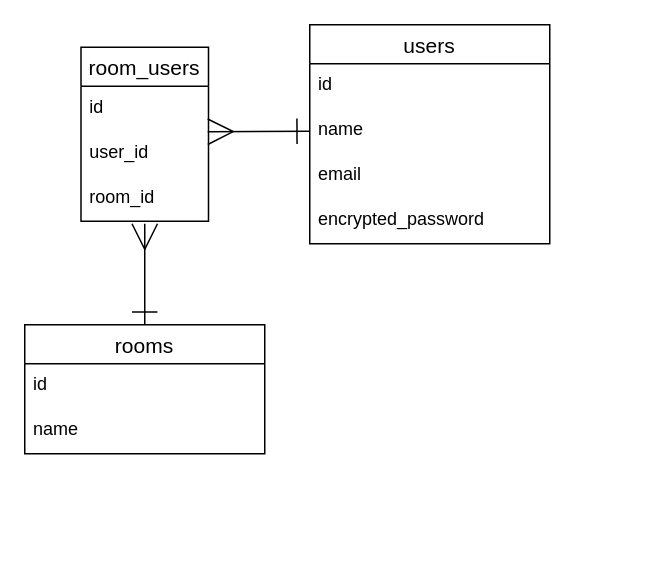
Before: datebase.dio in packerman1212/chat-app, a draw.io diagram. Source tidied: cells renumbered, new cells numbered last; positions are measured from the earlier drawing's top-left corner, leaving out a move shared by most shapes. Both pictures are drawn from the tidied source at 150%, with x=0, y=0 at pixel (24, 24).
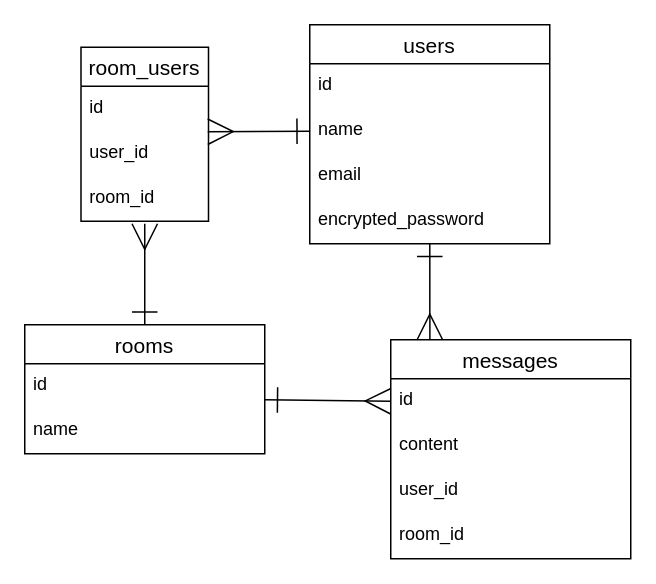
After the change.

Commit message:
データベース設計図を修正

Unchanged cells that the change refers to:
```xml
<mxCell id="10" value="encrypted_password" style="text;strokeColor=none;fillColor=none;spacingLeft=4;spacingRight=4;overflow=hidden;points=[[0,0.5],[1,0.5]];portConstraint=eastwest;fontSize=12;" parent="6" vertex="1">
  <mxGeometry y="116" width="160" height="30" as="geometry" />
</mxCell>
```

The edit, as a diff of the source:
```diff
@@
+    <mxCell id="16" style="edgeStyle=none;html=1;exitX=0.163;exitY=0;exitDx=0;exitDy=0;startArrow=ERmany;startFill=0;endSize=15;startSize=15;endArrow=ERone;endFill=0;exitPerimeter=0;" parent="1" edge="1" source="17" target="10">
+      <mxGeometry relative="1" as="geometry" />
+    </mxCell>
+    <mxCell id="17" value="messages" style="swimlane;fontStyle=0;horizontal=1;startSize=26;align=center;fontSize=14;" parent="1" vertex="1">
+      <mxGeometry x="244" y="210" width="160" height="146" as="geometry" />
+    </mxCell>
+    <mxCell id="18" value="id" style="text;strokeColor=none;fillColor=none;spacingLeft=4;spacingRight=4;overflow=hidden;points=[[0,0.5],[1,0.5]];portConstraint=eastwest;fontSize=12;" parent="17" vertex="1">
+      <mxGeometry y="26" width="160" height="30" as="geometry" />
+    </mxCell>
+    <mxCell id="19" value="content" style="text;strokeColor=none;fillColor=none;spacingLeft=4;spacingRight=4;overflow=hidden;fontSize=12;" parent="17" vertex="1">
+      <mxGeometry y="56" width="160" height="30" as="geometry" />
+    </mxCell>
+    <mxCell id="20" value="user_id" style="text;strokeColor=none;fillColor=none;spacingLeft=4;spacingRight=4;overflow=hidden;fontSize=12;" parent="17" vertex="1">
+      <mxGeometry y="86" width="160" height="30" as="geometry" />
+    </mxCell>
+    <mxCell id="21" value="room_id" style="text;strokeColor=none;fillColor=none;spacingLeft=4;spacingRight=4;overflow=hidden;fontSize=12;" parent="17" vertex="1">
+      <mxGeometry y="116" width="160" height="30" as="geometry" />
+    </mxCell>
+    <mxCell id="22" style="edgeStyle=none;html=1;exitX=0;exitY=0.5;exitDx=0;exitDy=0;startArrow=ERmany;startFill=0;endArrow=ERone;endFill=0;startSize=15;endSize=15;" parent="1" edge="1" source="18">
+      <mxGeometry relative="1" as="geometry">
+        <mxPoint x="160" y="250" as="targetPoint" />
+      </mxGeometry>
+    </mxCell>
```
